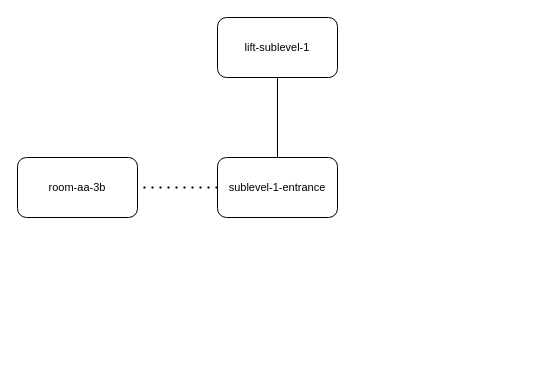
This is page "Sublevel-1" (2 of 2) of amble_map.drawio from pygmy-twylyte/amble, a draw.io file, before an edit. Source tidied: cells renumbered, new cells numbered last; positions are measured from the earlier drawing's top-left corner, leaving out a move shared by most shapes. Both pictures are drawn from the tidied source at 100%, with x=0, y=0 at pixel (17, 17).
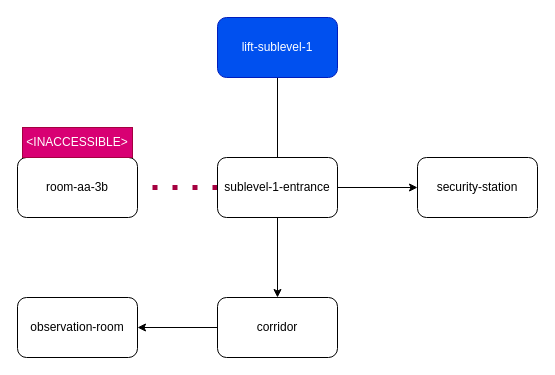
Above is the later version.

Commit message (it also covers changes not shown here):
Add sublevel 1 map with lift connections

The commit adds the initial rooms and connections for sublevel 1 of the
office, including the elevator/lift that connects to the main floor. The
map now shows key locations like the security station, observation room
and corridor.

What changed in the source:
```diff
@@
 <mxGraphModel>
   <root>
     <mxCell id="0" />
     <mxCell id="1" parent="0" />
-    <mxCell id="2" style="edgeStyle=orthogonalEdgeStyle;shape=connector;rounded=0;jettySize=auto;html=1;strokeColor=default;align=center;verticalAlign=middle;fontFamily=Helvetica;fontSize=11;fontColor=default;labelBackgroundColor=default;endArrow=none;" parent="1" edge="1" source="3" target="5">
+    <mxCell id="2" style="edgeStyle=orthogonalEdgeStyle;rounded=0;jettySize=auto;html=1;endArrow=none;" parent="1" edge="1" source="3" target="5">
       <mxGeometry relative="1" as="geometry" />
     </mxCell>
-    <mxCell id="3" value="lift-sublevel-1" style="rounded=1;whiteSpace=wrap;html=1;fontFamily=Helvetica;fontSize=11;fontColor=default;labelBackgroundColor=default;" parent="1" vertex="1">
+    <mxCell id="3" value="lift-sublevel-1" style="rounded=1;whiteSpace=wrap;html=1;fillColor=#0050ef;fontColor=#ffffff;strokeColor=#001DBC;" parent="1" vertex="1">
       <mxGeometry x="200" width="120" height="60" as="geometry" />
     </mxCell>
-    <mxCell id="4" style="edgeStyle=orthogonalEdgeStyle;shape=connector;rounded=0;jettySize=auto;html=1;strokeColor=default;align=center;verticalAlign=middle;fontFamily=Helvetica;fontSize=11;fontColor=default;labelBackgroundColor=default;endArrow=none;dashed=1;dashPattern=1 3;strokeWidth=2;" parent="1" edge="1" source="5" target="6">
+    <mxCell id="4" style="edgeStyle=orthogonalEdgeStyle;rounded=0;jettySize=auto;html=1;endArrow=none;dashed=1;dashPattern=1 3;strokeWidth=5;fillColor=#d80073;strokeColor=#A50040;" parent="1" edge="1" source="5" target="6">
       <mxGeometry relative="1" as="geometry" />
     </mxCell>
+    <mxCell id="7" style="edgeStyle=orthogonalEdgeStyle;rounded=0;jettySize=auto;html=1;" parent="1" edge="1" source="5" target="11">
+      <mxGeometry relative="1" as="geometry" />
+    </mxCell>
+    <mxCell id="8" style="edgeStyle=orthogonalEdgeStyle;rounded=0;jettySize=auto;html=1;" parent="1" edge="1" source="5" target="13">
+      <mxGeometry relative="1" as="geometry" />
+    </mxCell>
-    <mxCell id="5" value="sublevel-1-entrance" style="rounded=1;whiteSpace=wrap;html=1;fontFamily=Helvetica;fontSize=11;fontColor=default;labelBackgroundColor=default;" parent="1" vertex="1">
+    <mxCell id="5" value="sublevel-1-entrance" style="rounded=1;whiteSpace=wrap;html=1;" parent="1" vertex="1">
       <mxGeometry x="200" y="140" width="120" height="60" as="geometry" />
     </mxCell>
-    <mxCell id="6" value="room-aa-3b" style="rounded=1;whiteSpace=wrap;html=1;fontFamily=Helvetica;fontSize=11;labelBackgroundColor=default;" parent="1" vertex="1">
+    <mxCell id="6" value="room-aa-3b" style="rounded=1;whiteSpace=wrap;html=1;" parent="1" vertex="1">
       <mxGeometry y="140" width="120" height="60" as="geometry" />
     </mxCell>
+    <mxCell id="9" value="&amp;lt;INACCESSIBLE&amp;gt;" style="text;html=1;align=center;verticalAlign=middle;whiteSpace=wrap;rounded=0;fillColor=#d80073;fontColor=#ffffff;strokeColor=#A50040;" parent="1" vertex="1">
+      <mxGeometry x="5" y="110" width="110" height="30" as="geometry" />
+    </mxCell>
+    <mxCell id="10" style="edgeStyle=orthogonalEdgeStyle;rounded=0;jettySize=auto;html=1;" parent="1" edge="1" source="11" target="12">
+      <mxGeometry relative="1" as="geometry" />
+    </mxCell>
+    <mxCell id="11" value="corridor" style="rounded=1;whiteSpace=wrap;html=1;" parent="1" vertex="1">
+      <mxGeometry x="200" y="280" width="120" height="60" as="geometry" />
+    </mxCell>
+    <mxCell id="12" value="observation-room" style="rounded=1;whiteSpace=wrap;html=1;" parent="1" vertex="1">
+      <mxGeometry y="280" width="120" height="60" as="geometry" />
+    </mxCell>
+    <mxCell id="13" value="security-station" style="rounded=1;whiteSpace=wrap;html=1;" parent="1" vertex="1">
+      <mxGeometry x="400" y="140" width="120" height="60" as="geometry" />
+    </mxCell>
   </root>
 </mxGraphModel>
```
